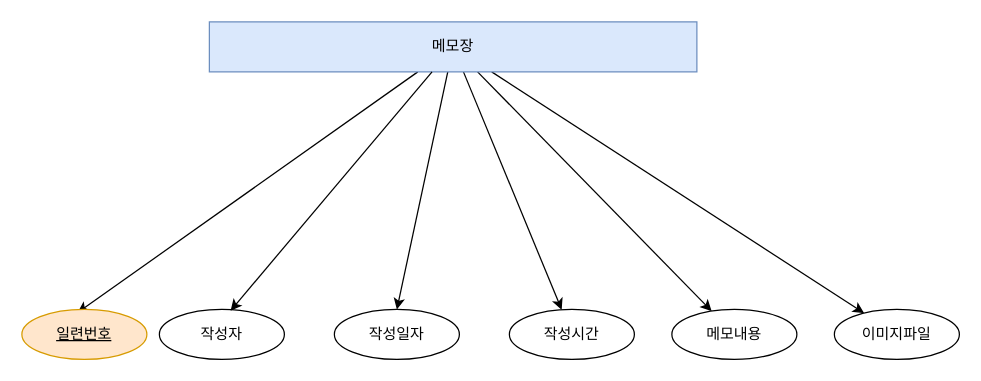
Before: 메모장.drawio in jinh0318a/Biz-OneDayProject-2024, a draw.io diagram. Source tidied: cells renumbered, new cells numbered last; positions are measured from the earlier drawing's top-left corner, leaving out a move shared by most shapes. Both pictures are drawn from the tidied source at 125%, with x=0, y=0 at pixel (21, 21).
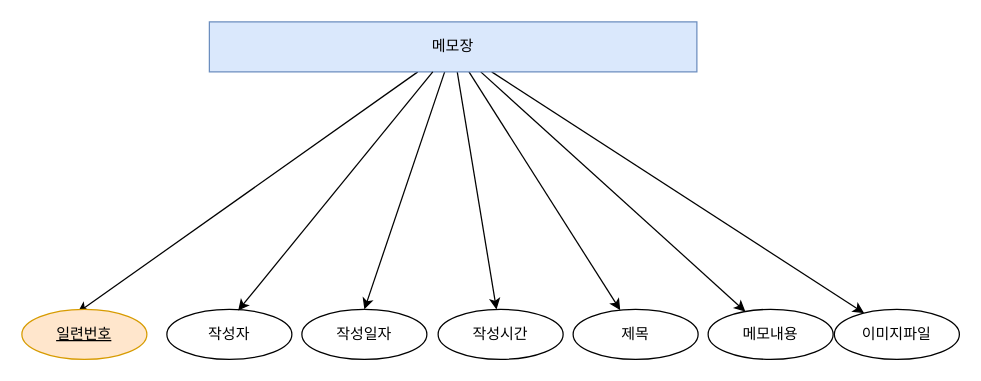
The same page after the edit.

Diff of the diagram source:
```diff
@@
 <mxGraphModel>
   <root>
     <mxCell id="0" />
     <mxCell id="1" parent="0" />
     <mxCell id="2" style="rounded=0;jettySize=auto;html=1;" parent="1" edge="1" source="7" target="10">
       <mxGeometry relative="1" as="geometry" />
     </mxCell>
     <mxCell id="3" style="rounded=0;jettySize=auto;html=1;" parent="1" edge="1" source="7" target="9">
       <mxGeometry relative="1" as="geometry" />
     </mxCell>
     <mxCell id="4" style="rounded=0;jettySize=auto;html=1;" parent="1" edge="1" source="7" target="11">
       <mxGeometry relative="1" as="geometry" />
     </mxCell>
     <mxCell id="5" style="rounded=0;jettySize=auto;html=1;entryX=0.5;entryY=0;entryDx=0;entryDy=0;" parent="1" edge="1" source="7" target="8">
       <mxGeometry relative="1" as="geometry" />
     </mxCell>
     <mxCell id="6" style="rounded=0;jettySize=auto;html=1;" parent="1" edge="1" source="7">
       <mxGeometry relative="1" as="geometry">
         <mxPoint x="44.6" y="232.6" as="targetPoint" />
       </mxGeometry>
     </mxCell>
+    <mxCell id="15" style="rounded=0;jettySize=auto;html=1;" parent="1" edge="1" source="7" target="16">
+      <mxGeometry relative="1" as="geometry" />
+    </mxCell>
     <mxCell id="7" value="메모장" style="whiteSpace=wrap;html=1;align=center;fillColor=#dae8fc;strokeColor=#6c8ebf;" parent="1" vertex="1">
       <mxGeometry x="150" width="390" height="40" as="geometry" />
     </mxCell>
     <mxCell id="8" value="작성일자" style="ellipse;whiteSpace=wrap;html=1;align=center;" parent="1" vertex="1">
-      <mxGeometry x="250" y="230" width="100" height="40" as="geometry" />
+      <mxGeometry x="224" y="230" width="100" height="40" as="geometry" />
     </mxCell>
     <mxCell id="9" value="메모내용" style="ellipse;whiteSpace=wrap;html=1;align=center;" parent="1" vertex="1">
-      <mxGeometry x="520" y="230" width="100" height="40" as="geometry" />
+      <mxGeometry x="549" y="230" width="100" height="40" as="geometry" />
     </mxCell>
     <mxCell id="10" value="이미지파일" style="ellipse;whiteSpace=wrap;html=1;align=center;" parent="1" vertex="1">
       <mxGeometry x="650" y="230" width="100" height="40" as="geometry" />
     </mxCell>
     <mxCell id="11" value="작성시간" style="ellipse;whiteSpace=wrap;html=1;align=center;" parent="1" vertex="1">
-      <mxGeometry x="390" y="230" width="100" height="40" as="geometry" />
+      <mxGeometry x="333" y="230" width="100" height="40" as="geometry" />
     </mxCell>
     <mxCell id="12" value="작성자" style="ellipse;whiteSpace=wrap;html=1;align=center;" parent="1" vertex="1">
-      <mxGeometry x="110" y="230" width="100" height="40" as="geometry" />
+      <mxGeometry x="116" y="230" width="100" height="40" as="geometry" />
     </mxCell>
     <mxCell id="13" style="rounded=0;jettySize=auto;html=1;entryX=0.57;entryY=0.025;entryDx=0;entryDy=0;entryPerimeter=0;" parent="1" edge="1" source="7" target="12">
       <mxGeometry relative="1" as="geometry" />
     </mxCell>
     <mxCell id="14" value="일련번호" style="ellipse;whiteSpace=wrap;html=1;align=center;fontStyle=4;fillColor=#ffe6cc;strokeColor=#d79b00;" parent="1" vertex="1">
       <mxGeometry y="230" width="100" height="40" as="geometry" />
     </mxCell>
+    <mxCell id="16" value="제목" style="ellipse;whiteSpace=wrap;html=1;align=center;" parent="1" vertex="1">
+      <mxGeometry x="441" y="230" width="100" height="40" as="geometry" />
+    </mxCell>
   </root>
 </mxGraphModel>
```
